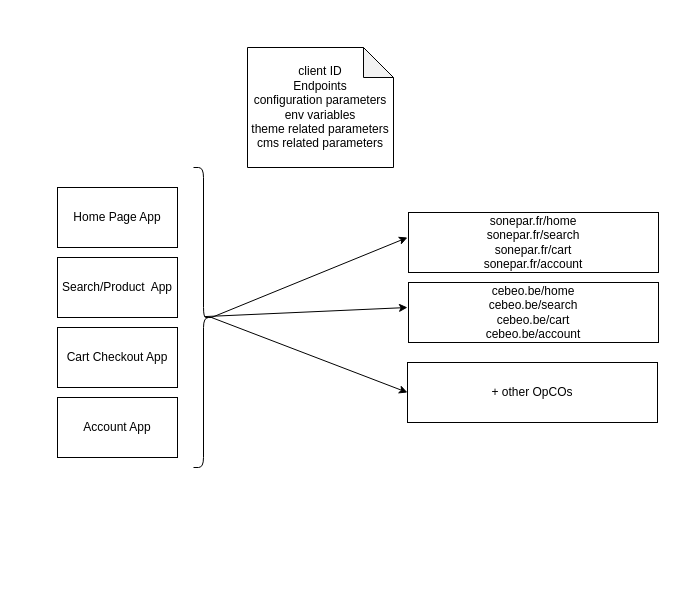
Above: Untitled Diagram.drawio in anoop-gupt/diagrams (draw.io), before the change. Source tidied: cells renumbered, new cells numbered last; positions are measured from the earlier drawing's top-left corner, leaving out a move shared by most shapes. Both pictures are drawn from the tidied source at 100%, with x=0, y=0 at pixel (57, 47).
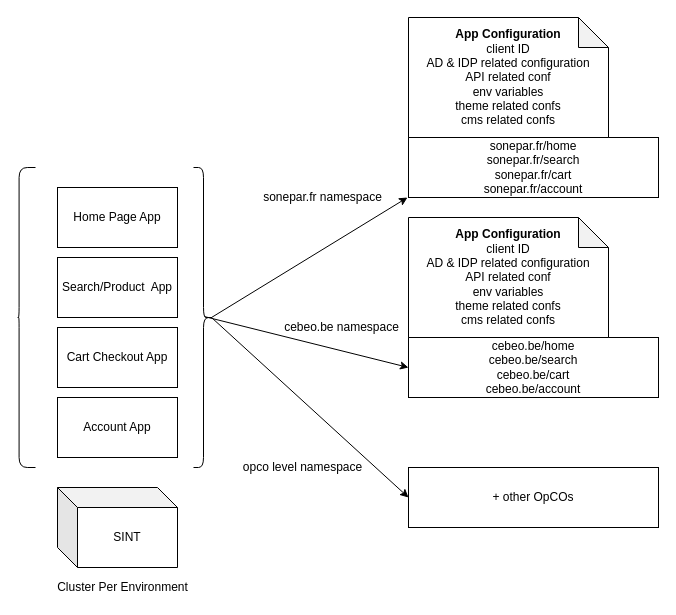
After the change.

The change refers to these unchanged cells:
```xml
<mxCell id="8" style="shape=curlyBracket;whiteSpace=wrap;html=1;rounded=1;rotation=-180;" parent="1" vertex="1">
  <mxGeometry x="136" y="120" width="20" height="300" as="geometry" />
</mxCell>
```

What changed in the source:
```diff
@@
     <mxCell id="6" value="sonepar.fr/home&lt;br&gt;sonepar.fr/search&lt;br&gt;sonepar.fr/cart&lt;br&gt;sonepar.fr/account" style="rounded=0;whiteSpace=wrap;html=1;" parent="1" vertex="1">
-      <mxGeometry x="351" y="165" width="250" height="60" as="geometry" />
+      <mxGeometry x="351" y="90" width="250" height="60" as="geometry" />
     </mxCell>
     <mxCell id="7" value="+ other OpCOs" style="rounded=0;whiteSpace=wrap;html=1;" parent="1" vertex="1">
-      <mxGeometry x="350" y="315" width="250" height="60" as="geometry" />
+      <mxGeometry x="351" y="420" width="250" height="60" as="geometry" />
     </mxCell>
@@
     <mxCell id="9" value="cebeo.be/home&lt;br&gt;cebeo.be/search&lt;br&gt;cebeo.be/cart&lt;br&gt;cebeo.be/account" style="rounded=0;whiteSpace=wrap;html=1;" parent="1" vertex="1">
-      <mxGeometry x="351" y="235" width="250" height="60" as="geometry" />
+      <mxGeometry x="351" y="290" width="250" height="60" as="geometry" />
     </mxCell>
     <mxCell id="10" style="endArrow=classic;html=1;exitX=0.1;exitY=0.5;exitDx=0;exitDy=0;exitPerimeter=0;" parent="1" edge="1" source="8">
       <mxGeometry relative="1" as="geometry">
-        <mxPoint x="350" y="190" as="targetPoint" />
+        <mxPoint x="350" y="150" as="targetPoint" />
       </mxGeometry>
     </mxCell>
-    <mxCell id="11" style="endArrow=classic;html=1;exitX=0.45;exitY=0.503;exitDx=0;exitDy=0;exitPerimeter=0;" parent="1" edge="1" source="8">
-      <mxGeometry relative="1" as="geometry">
-        <mxPoint x="350" y="260" as="targetPoint" />
-      </mxGeometry>
+    <mxCell id="11" style="endArrow=classic;html=1;exitX=0.45;exitY=0.503;exitDx=0;exitDy=0;exitPerimeter=0;entryX=0;entryY=0.5;entryDx=0;entryDy=0;" parent="1" edge="1" source="8" target="9">
+      <mxGeometry relative="1" as="geometry" />
     </mxCell>
@@
-    <mxCell id="13" value="client ID&lt;br&gt;Endpoints&lt;br&gt;configuration parameters&lt;br&gt;env variables&lt;br&gt;theme related parameters&lt;br&gt;cms related parameters" style="shape=note;whiteSpace=wrap;html=1;backgroundOutline=1;darkOpacity=0.05;" parent="1" vertex="1">
-      <mxGeometry x="190" width="146" height="120" as="geometry" />
+    <mxCell id="13" value="&lt;b&gt;App Configuration&lt;/b&gt;&lt;br&gt;client ID&lt;br&gt;AD &amp;amp; IDP related configuration&lt;br&gt;API related conf&lt;br&gt;env variables&lt;br&gt;theme related confs&lt;br&gt;cms related confs" style="shape=note;whiteSpace=wrap;html=1;backgroundOutline=1;darkOpacity=0.05;" parent="1" vertex="1">
+      <mxGeometry x="351" y="-30" width="200" height="120" as="geometry" />
     </mxCell>
+    <mxCell id="14" value="SINT" style="shape=cube;whiteSpace=wrap;html=1;boundedLbl=1;backgroundOutline=1;darkOpacity=0.05;darkOpacity2=0.1;" parent="1" vertex="1">
+      <mxGeometry y="440" width="120" height="80" as="geometry" />
+    </mxCell>
+    <mxCell id="15" value="Cluster Per Environment" style="text;html=1;align=center;verticalAlign=middle;fillColor=none;strokeColor=none;rounded=0;" parent="1" vertex="1">
+      <mxGeometry x="-10" y="530" width="150" height="20" as="geometry" />
+    </mxCell>
+    <mxCell id="16" value="sonepar.fr namespace" style="text;html=1;align=center;verticalAlign=middle;" parent="1" vertex="1">
+      <mxGeometry x="200" y="140" width="130" height="20" as="geometry" />
+    </mxCell>
+    <mxCell id="17" value="cebeo.be namespace" style="text;html=1;align=center;verticalAlign=middle;" parent="1" vertex="1">
+      <mxGeometry x="219" y="270" width="130" height="20" as="geometry" />
+    </mxCell>
+    <mxCell id="18" value="opco level namespace" style="text;html=1;align=center;verticalAlign=middle;" parent="1" vertex="1">
+      <mxGeometry x="180" y="410" width="130" height="20" as="geometry" />
+    </mxCell>
+    <mxCell id="19" value="&lt;b&gt;App Configuration&lt;/b&gt;&lt;br&gt;client ID&lt;br&gt;AD &amp;amp; IDP related configuration&lt;br&gt;API related conf&lt;br&gt;env variables&lt;br&gt;theme related confs&lt;br&gt;cms related confs" style="shape=note;whiteSpace=wrap;html=1;backgroundOutline=1;darkOpacity=0.05;" parent="1" vertex="1">
+      <mxGeometry x="351" y="170" width="200" height="120" as="geometry" />
+    </mxCell>
+    <mxCell id="20" style="shape=curlyBracket;whiteSpace=wrap;html=1;rounded=1;rotation=0;size=0.08823529411764706;" parent="1" vertex="1">
+      <mxGeometry x="-40" y="120" width="18" height="300" as="geometry" />
+    </mxCell>
```
